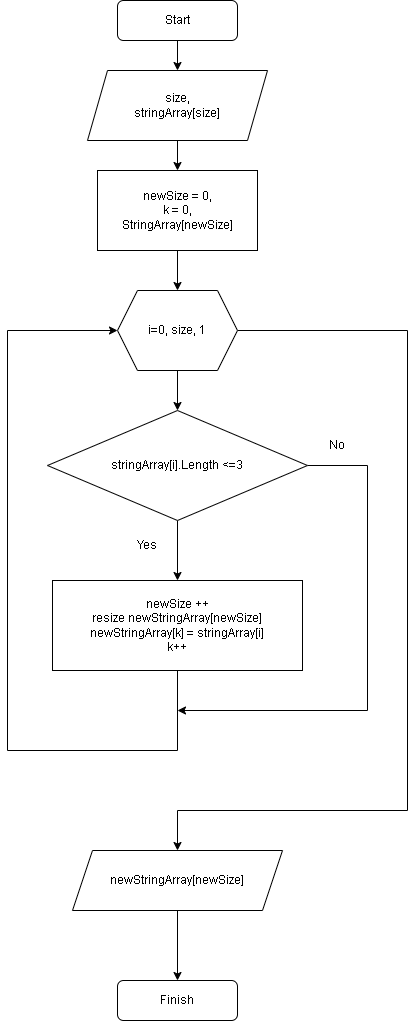
Before: BlockDiagram.drawio.png, a diagram exported from draw.io (ivm99/ControlWork). Source tidied: cells renumbered, new cells last; positions are measured from the earlier drawing's top-left corner, leaving out a move shared by most shapes.
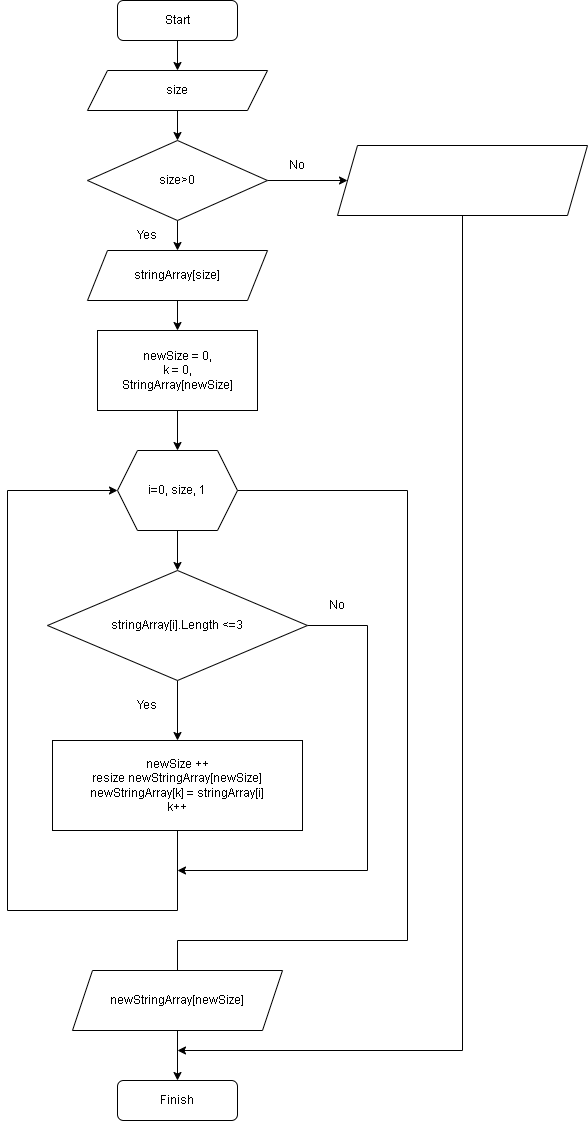
After the change.

Diff of the diagram source:
```diff
@@ -6,13 +6,13 @@
       <mxGeometry relative="1" as="geometry" />
     </mxCell>
     <mxCell id="3" value="Start" style="rounded=1;whiteSpace=wrap;html=1;" parent="1" vertex="1">
-      <mxGeometry x="110" width="120" height="40" as="geometry" />
+      <mxGeometry x="110" y="-160" width="120" height="40" as="geometry" />
     </mxCell>
-    <mxCell id="4" style="edgeStyle=none;html=1;exitX=0.5;exitY=1;exitDx=0;exitDy=0;entryX=0.5;entryY=0;entryDx=0;entryDy=0;" parent="1" edge="1" source="5" target="7">
+    <mxCell id="4" style="edgeStyle=none;html=1;exitX=0.5;exitY=1;exitDx=0;exitDy=0;entryX=0.5;entryY=0;entryDx=0;entryDy=0;" parent="1" edge="1" source="5" target="23">
       <mxGeometry relative="1" as="geometry" />
     </mxCell>
-    <mxCell id="5" value="size,&lt;br&gt;stringArray[size]" style="shape=parallelogram;perimeter=parallelogramPerimeter;whiteSpace=wrap;html=1;fixedSize=1;" parent="1" vertex="1">
-      <mxGeometry x="80" y="70" width="180" height="70" as="geometry" />
+    <mxCell id="5" value="size" style="shape=parallelogram;perimeter=parallelogramPerimeter;whiteSpace=wrap;html=1;fixedSize=1;" parent="1" vertex="1">
+      <mxGeometry x="80" y="-90" width="180" height="40" as="geometry" />
     </mxCell>
     <mxCell id="6" style="edgeStyle=none;html=1;exitX=0.5;exitY=1;exitDx=0;exitDy=0;" parent="1" edge="1" source="7" target="10">
       <mxGeometry relative="1" as="geometry" />
@@ -28,8 +28,8 @@
         <mxPoint x="170" y="850" as="targetPoint" />
         <Array as="points">
           <mxPoint x="400" y="330" />
-          <mxPoint x="400" y="810" />
-          <mxPoint x="170" y="810" />
+          <mxPoint x="400" y="780" />
+          <mxPoint x="170" y="780" />
         </Array>
       </mxGeometry>
     </mxCell>
@@ -73,10 +73,42 @@
       <mxGeometry relative="1" as="geometry" />
     </mxCell>
     <mxCell id="19" value="newStringArray[newSize]" style="shape=parallelogram;perimeter=parallelogramPerimeter;whiteSpace=wrap;html=1;fixedSize=1;" parent="1" vertex="1">
-      <mxGeometry x="65" y="850" width="210" height="60" as="geometry" />
+      <mxGeometry x="65" y="810" width="210" height="60" as="geometry" />
     </mxCell>
     <mxCell id="20" value="Finish" style="rounded=1;whiteSpace=wrap;html=1;" parent="1" vertex="1">
-      <mxGeometry x="110" y="980" width="120" height="40" as="geometry" />
+      <mxGeometry x="110" y="920" width="120" height="40" as="geometry" />
     </mxCell>
+    <mxCell id="21" style="edgeStyle=none;html=1;exitX=0.5;exitY=1;exitDx=0;exitDy=0;" parent="1" edge="1" source="23" target="25">
+      <mxGeometry relative="1" as="geometry" />
+    </mxCell>
+    <mxCell id="22" style="edgeStyle=none;html=1;exitX=1;exitY=0.5;exitDx=0;exitDy=0;entryX=0;entryY=0.5;entryDx=0;entryDy=0;fontSize=12;fontColor=#FFFFFF;" parent="1" edge="1" source="23" target="28">
+      <mxGeometry relative="1" as="geometry" />
+    </mxCell>
+    <mxCell id="23" value="size&amp;gt;0" style="rhombus;whiteSpace=wrap;html=1;" parent="1" vertex="1">
+      <mxGeometry x="80" y="-20" width="180" height="80" as="geometry" />
+    </mxCell>
+    <mxCell id="24" style="edgeStyle=none;html=1;exitX=0.5;exitY=1;exitDx=0;exitDy=0;entryX=0.5;entryY=0;entryDx=0;entryDy=0;" parent="1" edge="1" source="25" target="7">
+      <mxGeometry relative="1" as="geometry" />
+    </mxCell>
+    <mxCell id="25" value="stringArray[size]" style="shape=parallelogram;perimeter=parallelogramPerimeter;whiteSpace=wrap;html=1;fixedSize=1;" parent="1" vertex="1">
+      <mxGeometry x="80" y="90" width="180" height="50" as="geometry" />
+    </mxCell>
+    <mxCell id="26" value="Yes" style="text;html=1;strokeColor=none;fillColor=none;align=center;verticalAlign=middle;whiteSpace=wrap;rounded=0;" parent="1" vertex="1">
+      <mxGeometry x="110" y="60" width="60" height="30" as="geometry" />
+    </mxCell>
+    <mxCell id="27" style="edgeStyle=none;html=1;exitX=0.5;exitY=1;exitDx=0;exitDy=0;fontSize=12;fontColor=#FFFFFF;rounded=0;" parent="1" edge="1" source="28">
+      <mxGeometry relative="1" as="geometry">
+        <mxPoint x="170" y="890" as="targetPoint" />
+        <Array as="points">
+          <mxPoint x="455" y="890" />
+        </Array>
+      </mxGeometry>
+    </mxCell>
+    <mxCell id="28" value="&lt;div style=&quot;font-family: &amp;#34;consolas&amp;#34; , &amp;#34;courier new&amp;#34; , monospace ; line-height: 19px&quot;&gt;&lt;span style=&quot;line-height: 0.86&quot;&gt;&lt;font style=&quot;font-size: 12px ; line-height: 1&quot; color=&quot;#ffffff&quot;&gt;Ошибка. Введенное значение не соответствует требованиям.&lt;/font&gt;&lt;/span&gt;&lt;/div&gt;" style="shape=parallelogram;perimeter=parallelogramPerimeter;whiteSpace=wrap;html=1;fixedSize=1;" parent="1" vertex="1">
+      <mxGeometry x="330" y="-15" width="250" height="70" as="geometry" />
+    </mxCell>
+    <mxCell id="29" value="No" style="text;html=1;strokeColor=none;fillColor=none;align=center;verticalAlign=middle;whiteSpace=wrap;rounded=0;" parent="1" vertex="1">
+      <mxGeometry x="260" y="-10" width="60" height="30" as="geometry" />
+    </mxCell>
   </root>
 </mxGraphModel>
```
